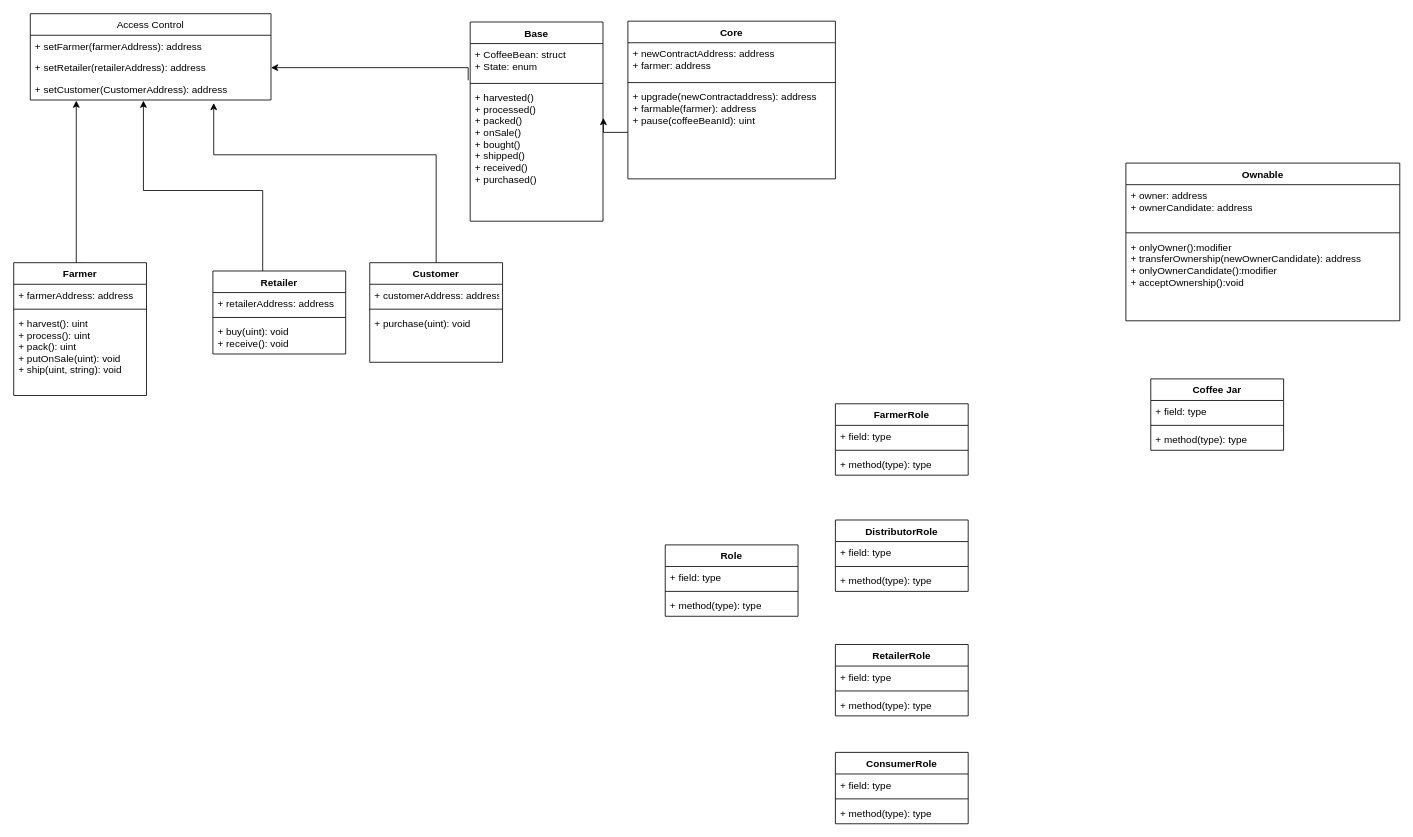
Before: UML and write-ups/UML Source/Class Diagram.drawio in abuaesh/CoffeeSupplyChain, a draw.io diagram. Source tidied: cells renumbered, new cells numbered last; positions are measured from the earlier drawing's top-left corner, leaving out a move shared by most shapes. Both pictures are drawn from the tidied source at 83%, with x=0, y=0 at pixel (13, 13).
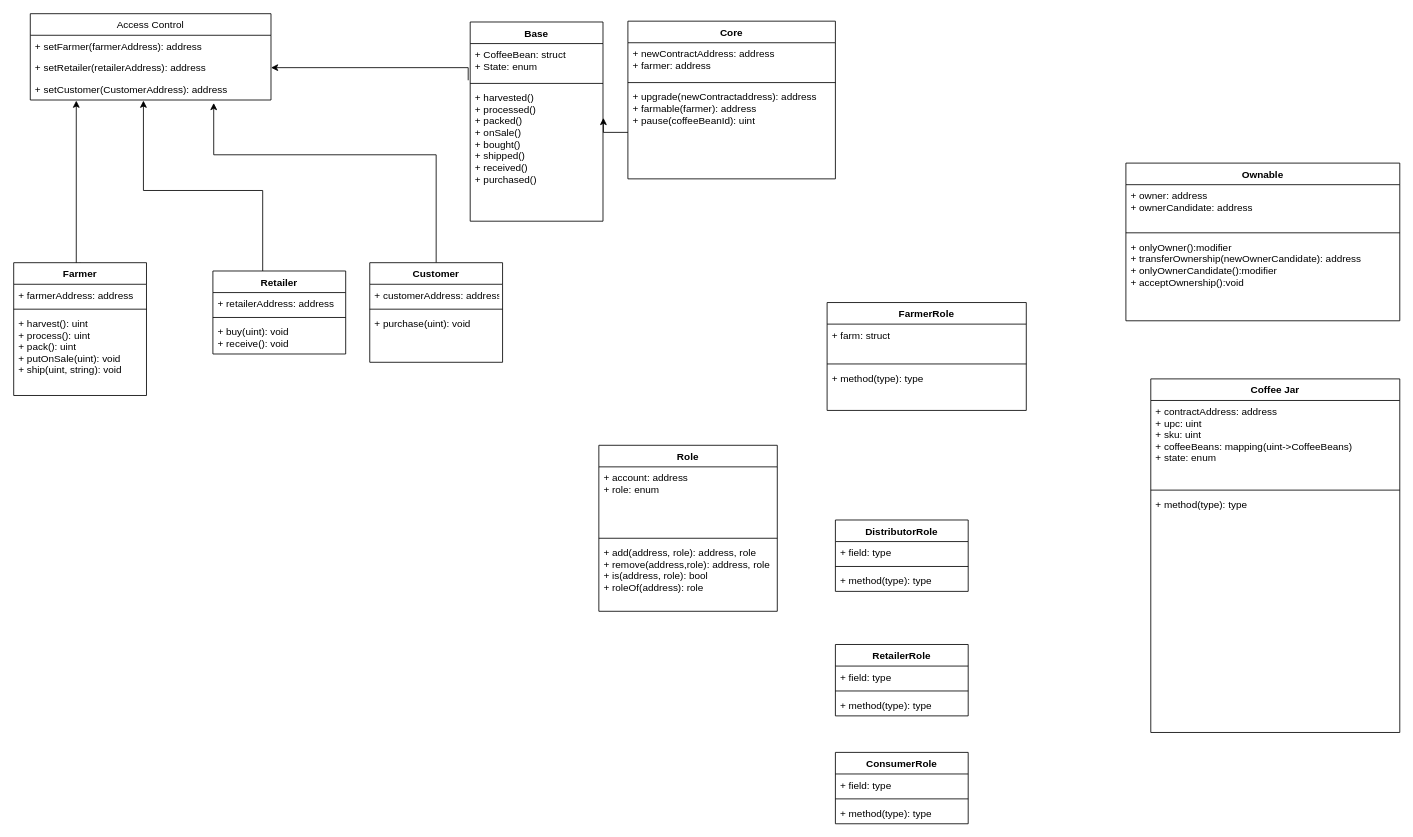
The same page after the edit.

What changed in the source:
```diff
@@
     <mxCell id="31" value="Coffee Jar" style="swimlane;fontStyle=1;align=center;verticalAlign=top;horizontal=1;startSize=26;" parent="1" vertex="1">
-      <mxGeometry x="1370" y="440" width="160" height="86" as="geometry" />
+      <mxGeometry x="1370" y="440" width="300" height="426" as="geometry" />
     </mxCell>
-    <mxCell id="32" value="+ field: type" style="text;strokeColor=none;fillColor=none;align=left;verticalAlign=top;spacingLeft=4;spacingRight=4;overflow=hidden;" parent="31" vertex="1">
-      <mxGeometry y="26" width="160" height="26" as="geometry" />
+    <mxCell id="32" value="+ contractAddress: address&#10;+ upc: uint&#10;+ sku: uint&#10;+ coffeeBeans: mapping(uint-&gt;CoffeeBeans)&#10;+ state: enum" style="text;strokeColor=none;fillColor=none;align=left;verticalAlign=top;spacingLeft=4;spacingRight=4;overflow=hidden;" parent="31" vertex="1">
+      <mxGeometry y="26" width="300" height="104" as="geometry" />
     </mxCell>
     <mxCell id="33" style="line;strokeWidth=1;fillColor=none;align=left;verticalAlign=middle;spacingTop=-1;spacingLeft=3;spacingRight=3;labelPosition=right;" parent="31" vertex="1">
-      <mxGeometry y="52" width="160" height="8" as="geometry" />
+      <mxGeometry y="130" width="300" height="8" as="geometry" />
     </mxCell>
     <mxCell id="34" value="+ method(type): type" style="text;strokeColor=none;fillColor=none;align=left;verticalAlign=top;spacingLeft=4;spacingRight=4;overflow=hidden;" parent="31" vertex="1">
-      <mxGeometry y="60" width="160" height="26" as="geometry" />
+      <mxGeometry y="138" width="300" height="288" as="geometry" />
     </mxCell>
@@
     <mxCell id="39" value="FarmerRole" style="swimlane;fontStyle=1;align=center;verticalAlign=top;horizontal=1;startSize=26;" parent="1" vertex="1">
-      <mxGeometry x="990" y="470" width="160" height="86" as="geometry" />
+      <mxGeometry x="980" y="348" width="240" height="130" as="geometry" />
     </mxCell>
-    <mxCell id="40" value="+ field: type" style="text;strokeColor=none;fillColor=none;align=left;verticalAlign=top;spacingLeft=4;spacingRight=4;overflow=hidden;" parent="39" vertex="1">
-      <mxGeometry y="26" width="160" height="26" as="geometry" />
+    <mxCell id="40" value="+ farm: struct" style="text;strokeColor=none;fillColor=none;align=left;verticalAlign=top;spacingLeft=4;spacingRight=4;overflow=hidden;" parent="39" vertex="1">
+      <mxGeometry y="26" width="240" height="44" as="geometry" />
     </mxCell>
     <mxCell id="41" style="line;strokeWidth=1;fillColor=none;align=left;verticalAlign=middle;spacingTop=-1;spacingLeft=3;spacingRight=3;labelPosition=right;" parent="39" vertex="1">
-      <mxGeometry y="52" width="160" height="8" as="geometry" />
+      <mxGeometry y="70" width="240" height="8" as="geometry" />
     </mxCell>
     <mxCell id="42" value="+ method(type): type" style="text;strokeColor=none;fillColor=none;align=left;verticalAlign=top;spacingLeft=4;spacingRight=4;overflow=hidden;" parent="39" vertex="1">
-      <mxGeometry y="60" width="160" height="26" as="geometry" />
+      <mxGeometry y="78" width="240" height="52" as="geometry" />
     </mxCell>
@@
     <mxCell id="55" value="Role" style="swimlane;fontStyle=1;align=center;verticalAlign=top;horizontal=1;startSize=26;" parent="1" vertex="1">
-      <mxGeometry x="785" y="640" width="160" height="86" as="geometry" />
+      <mxGeometry x="705" y="520" width="215" height="200" as="geometry" />
     </mxCell>
-    <mxCell id="56" value="+ field: type" style="text;strokeColor=none;fillColor=none;align=left;verticalAlign=top;spacingLeft=4;spacingRight=4;overflow=hidden;" parent="55" vertex="1">
-      <mxGeometry y="26" width="160" height="26" as="geometry" />
+    <mxCell id="56" value="+ account: address&#10;+ role: enum" style="text;strokeColor=none;fillColor=none;align=left;verticalAlign=top;spacingLeft=4;spacingRight=4;overflow=hidden;" parent="55" vertex="1">
+      <mxGeometry y="26" width="215" height="82" as="geometry" />
     </mxCell>
     <mxCell id="57" style="line;strokeWidth=1;fillColor=none;align=left;verticalAlign=middle;spacingTop=-1;spacingLeft=3;spacingRight=3;labelPosition=right;" parent="55" vertex="1">
-      <mxGeometry y="52" width="160" height="8" as="geometry" />
+      <mxGeometry y="108" width="215" height="8" as="geometry" />
     </mxCell>
-    <mxCell id="58" value="+ method(type): type" style="text;strokeColor=none;fillColor=none;align=left;verticalAlign=top;spacingLeft=4;spacingRight=4;overflow=hidden;" parent="55" vertex="1">
-      <mxGeometry y="60" width="160" height="26" as="geometry" />
+    <mxCell id="58" value="+ add(address, role): address, role&#10;+ remove(address,role): address, role&#10;+ is(address, role): bool&#10;+ roleOf(address): role" style="text;strokeColor=none;fillColor=none;align=left;verticalAlign=top;spacingLeft=4;spacingRight=4;overflow=hidden;" parent="55" vertex="1">
+      <mxGeometry y="116" width="215" height="84" as="geometry" />
     </mxCell>
```
